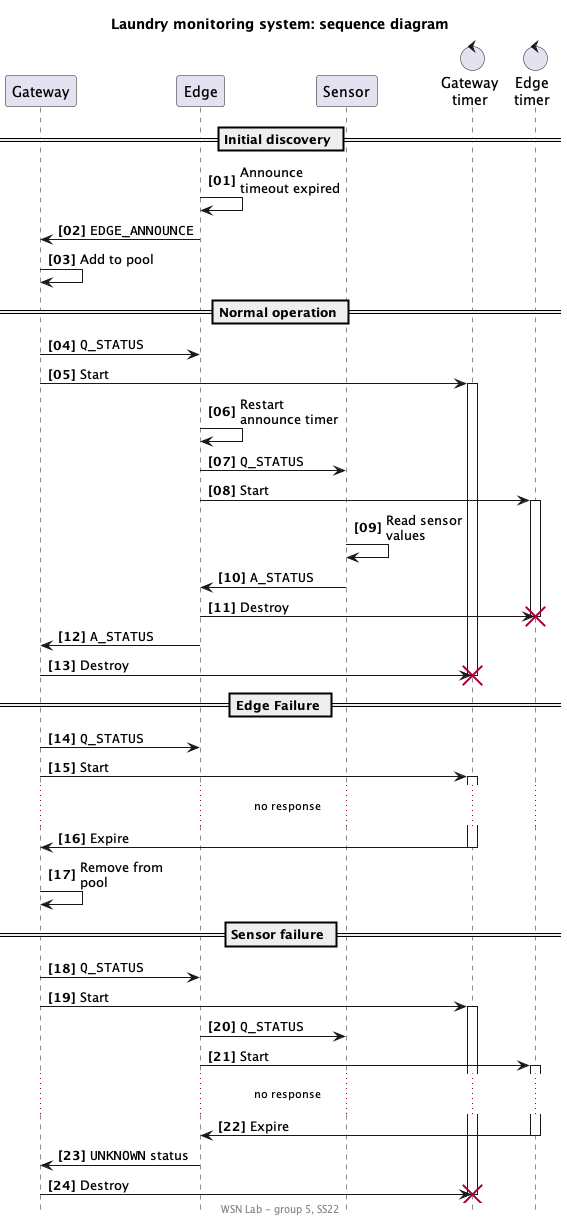
The PlantUML diagram project/uml/out/sequence/seq.png in ivandkhn/laundry-monitoring, before a commit.
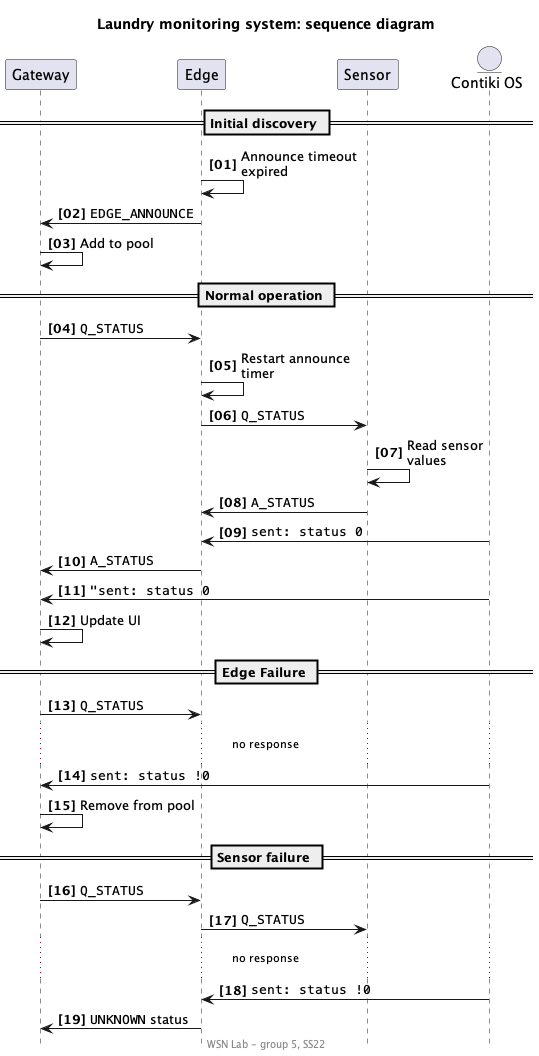
After the change.

Commit message:
Replace timers with callbacks in uml diagram

Change to the diagram source:
```diff
@@ -1,19 +1,17 @@
 @startuml seq
 
 title Laundry monitoring system: sequence diagram
+footer WSN Lab - group 5, SS22
 
-footer WSN Lab - group 5, SS22
+hide footbox
 autonumber "<b>[00]</b>"
 skinparam shadowing false
-skinparam maxMessageSize 100
-
-hide footbox
+skinparam maxMessageSize 120
 
 participant "Gateway" as g
 participant "Edge" as e
 participant "Sensor" as s
-control "Gateway\ntimer" as gt
-control "Edge\ntimer" as et
+entity "Contiki OS" as c
 
 == Initial discovery ==
 e -> e: Announce timeout expired
@@ -22,32 +20,26 @@
 
 == Normal operation ==
 g -> e: ""Q_STATUS""
-g -> gt ++: Start
 e -> e: Restart announce timer
 e -> s: ""Q_STATUS""
-e -> et ++: Start
-s -> s: Read sensor values
+s -> s: Read sensor\nvalues
 e <- s: ""A_STATUS""
-e -> et !!: Destroy
+e <- c: ""sent: status 0""
 g <- e: ""A_STATUS""
-g -> gt !!: Destroy
+g <- c: """sent: status 0""
+g -> g: Update UI
 
 == Edge Failure ==
 g -> e: ""Q_STATUS""
-g -> gt ++: Start
 ... no response ...
-g <- gt --: Expire
+g <- c: ""sent: status !0""
 g -> g: Remove from pool
 
 == Sensor failure ==
 g -> e: ""Q_STATUS""
-g -> gt ++: Start
 e -> s: ""Q_STATUS""
-e -> et ++: Start
 ... no response ...
-e <- et --: Expire
+e <- c: ""sent: status !0""
 g <- e: ""UNKNOWN"" status
-g -> gt !!: Destroy
-
 
 @enduml
```
